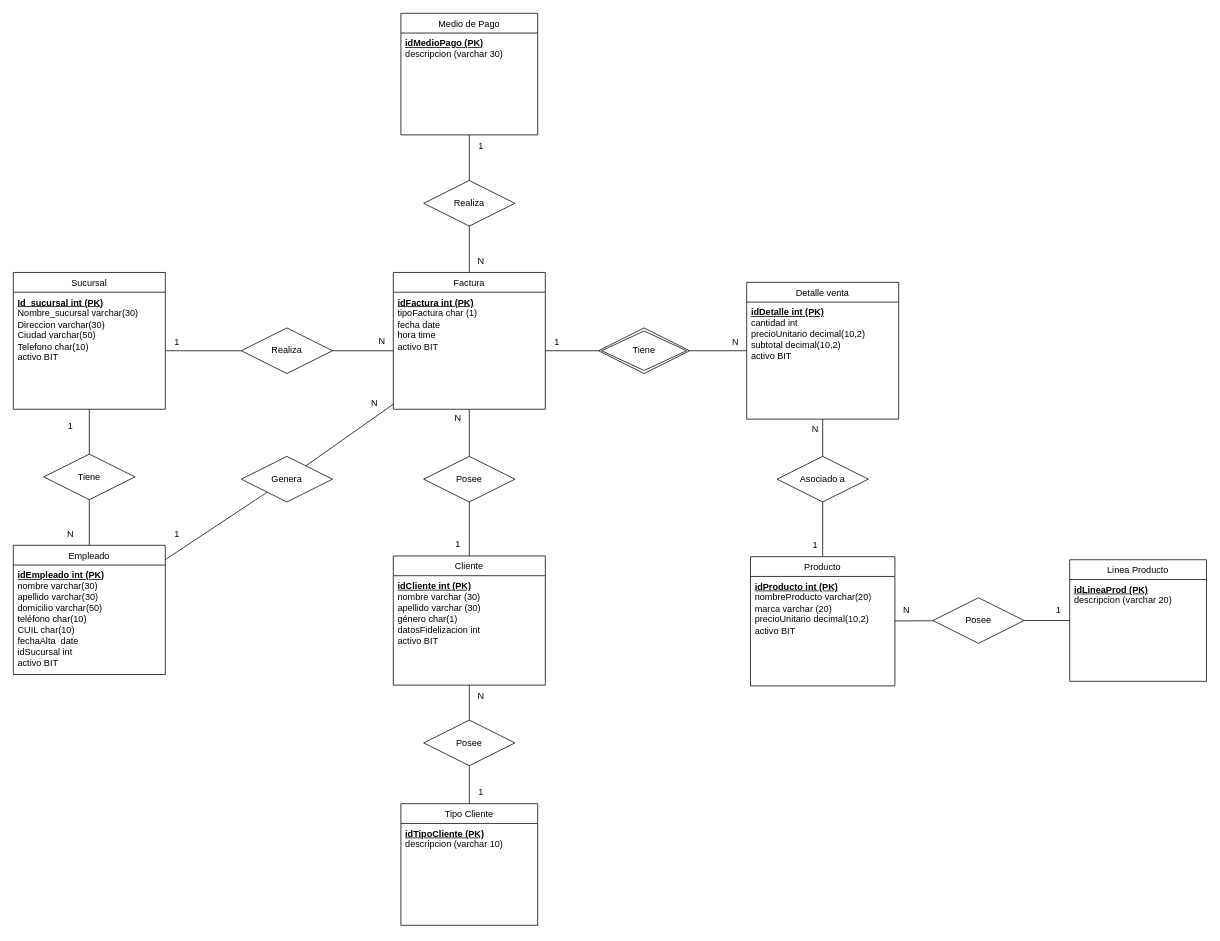
rodriguezgonzalo1204/AuroraSA-DB keeps this draw.io diagram as DER.drawio. Above is the earlier version. Source tidied: cells renumbered, new cells numbered last; positions are measured from the earlier drawing's top-left corner, leaving out a move shared by most shapes. Both pictures are drawn from the tidied source at 76%, with x=0, y=0 at pixel (13, 13).
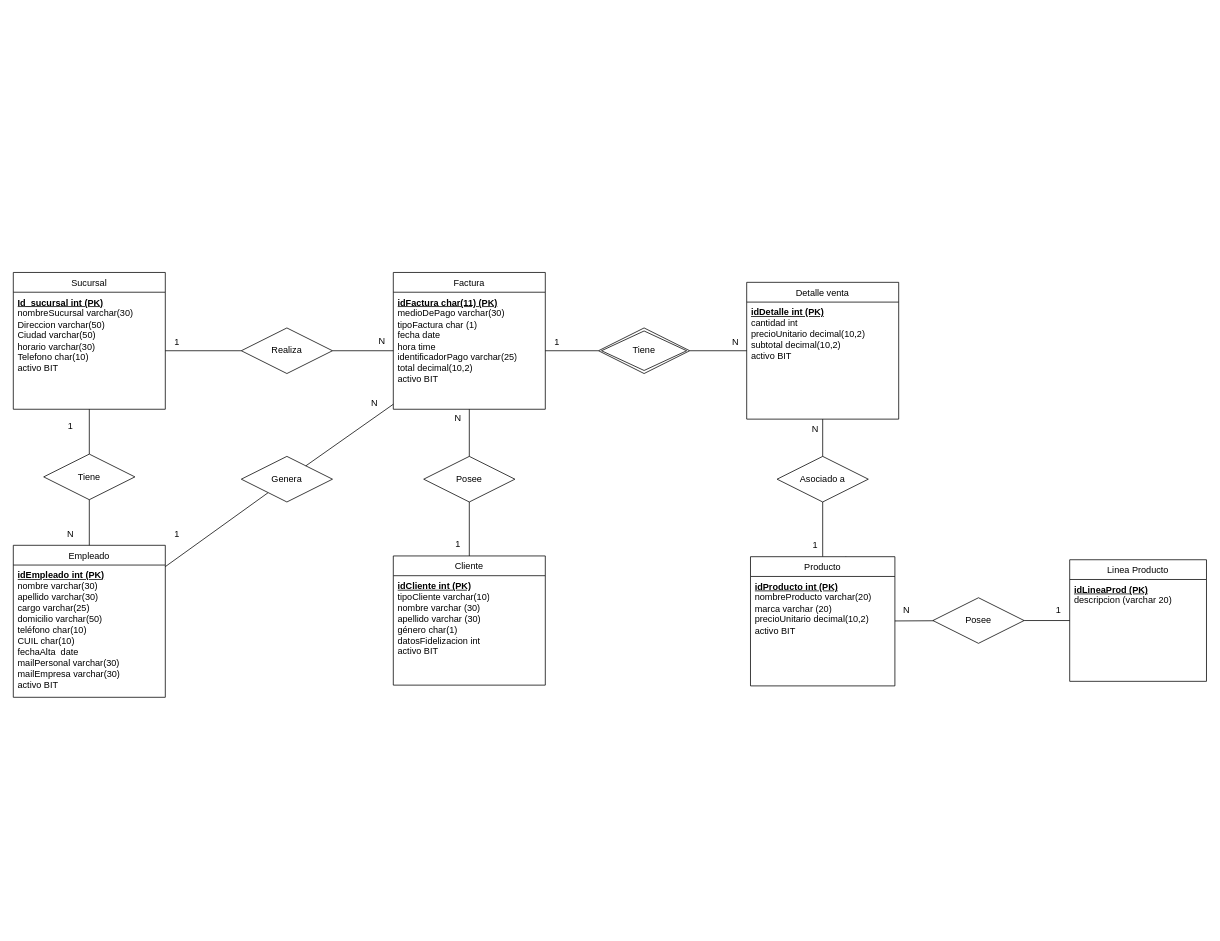
Above is the later version.

Commit message:
DER corregido

The change refers to these unchanged cells:
```xml
<mxCell id="2" value="&lt;span style=&quot;font-weight: 400;&quot;&gt;Sucursal&lt;/span&gt;" style="swimlane;fontStyle=1;align=center;verticalAlign=top;horizontal=1;startSize=26;whiteSpace=wrap;html=1;" parent="1" vertex="1">
  <mxGeometry y="341" width="200" height="180" as="geometry" />
</mxCell>
<mxCell id="4" value="&lt;span style=&quot;font-weight: 400;&quot;&gt;Factura&lt;/span&gt;" style="swimlane;fontStyle=1;align=center;verticalAlign=top;horizontal=1;startSize=26;whiteSpace=wrap;html=1;" parent="1" vertex="1">
  <mxGeometry x="500" y="341" width="200" height="180" as="geometry" />
</mxCell>
<mxCell id="6" value="&lt;span style=&quot;font-weight: 400;&quot;&gt;Detalle venta&lt;/span&gt;" style="swimlane;fontStyle=1;align=center;verticalAlign=top;horizontal=1;startSize=26;whiteSpace=wrap;html=1;" parent="1" vertex="1">
  <mxGeometry x="965" y="354" width="200" height="180" as="geometry" />
</mxCell>
<mxCell id="8" value="&lt;span style=&quot;font-weight: 400;&quot;&gt;Cliente&lt;/span&gt;" style="swimlane;fontStyle=1;align=center;verticalAlign=top;horizontal=1;startSize=26;whiteSpace=wrap;html=1;" parent="1" vertex="1">
  <mxGeometry x="500" y="714" width="200" height="170" as="geometry" />
</mxCell>
```

What changed in the source:
```diff
@@
-    <mxCell id="3" value="&lt;b&gt;&lt;u&gt;Id_sucursal int (PK)&lt;/u&gt;&lt;/b&gt;&lt;div&gt;Nombre_sucursal varchar(30)&lt;/div&gt;&lt;div&gt;Direccion varchar(30&lt;span style=&quot;background-color: transparent; color: light-dark(rgb(0, 0, 0), rgb(255, 255, 255));&quot;&gt;)&lt;/span&gt;&lt;/div&gt;&lt;div&gt;Ciudad varchar(50)&lt;/div&gt;&lt;div&gt;Telefono char(10)&lt;/div&gt;&lt;div&gt;activo BIT&lt;/div&gt;" style="text;strokeColor=none;fillColor=none;align=left;verticalAlign=top;spacingLeft=4;spacingRight=4;overflow=hidden;points=[[0,0.5],[1,0.5]];portConstraint=eastwest;whiteSpace=wrap;html=1;" parent="2" vertex="1">
+    <mxCell id="3" value="&lt;b&gt;&lt;u&gt;Id_sucursal int (PK)&lt;/u&gt;&lt;/b&gt;&lt;div&gt;nombreSucursal varchar(30)&lt;/div&gt;&lt;div&gt;Direccion varchar(50&lt;span style=&quot;background-color: transparent; color: light-dark(rgb(0, 0, 0), rgb(255, 255, 255));&quot;&gt;)&lt;/span&gt;&lt;/div&gt;&lt;div&gt;Ciudad varchar(50)&lt;br&gt;horario varchar(30)&lt;/div&gt;&lt;div&gt;Telefono char(10)&lt;/div&gt;&lt;div&gt;activo BIT&lt;/div&gt;" style="text;strokeColor=none;fillColor=none;align=left;verticalAlign=top;spacingLeft=4;spacingRight=4;overflow=hidden;points=[[0,0.5],[1,0.5]];portConstraint=eastwest;whiteSpace=wrap;html=1;" parent="2" vertex="1">
       <mxGeometry y="26" width="200" height="154" as="geometry" />
     </mxCell>
@@
-    <mxCell id="5" value="&lt;div&gt;&lt;b&gt;&lt;u&gt;idFactura int (PK)&lt;/u&gt;&lt;/b&gt;&lt;/div&gt;&lt;div&gt;tipoFactura char (1)&lt;/div&gt;&lt;div&gt;fecha date&lt;/div&gt;&lt;div&gt;hora time&lt;/div&gt;&lt;div&gt;&lt;span style=&quot;background-color: transparent; color: light-dark(rgb(0, 0, 0), rgb(255, 255, 255));&quot;&gt;activo BIT&lt;/span&gt;&lt;/div&gt;" style="text;strokeColor=none;fillColor=none;align=left;verticalAlign=top;spacingLeft=4;spacingRight=4;overflow=hidden;points=[[0,0.5],[1,0.5]];portConstraint=eastwest;whiteSpace=wrap;html=1;" parent="4" vertex="1">
+    <mxCell id="5" value="&lt;div&gt;&lt;b&gt;&lt;u&gt;idFactura char(11) (PK)&lt;/u&gt;&lt;/b&gt;&lt;/div&gt;&lt;div&gt;medioDePago varchar(30)&lt;br&gt;tipoFactura char (1)&lt;/div&gt;&lt;div&gt;fecha date&lt;/div&gt;&lt;div&gt;hora time&lt;/div&gt;&lt;div&gt;identificadorPago varchar(25)&lt;/div&gt;&lt;div&gt;&lt;span style=&quot;background-color: transparent; color: light-dark(rgb(0, 0, 0), rgb(255, 255, 255));&quot;&gt;total decimal(10,2)&lt;/span&gt;&lt;/div&gt;&lt;div&gt;&lt;span style=&quot;background-color: transparent; color: light-dark(rgb(0, 0, 0), rgb(255, 255, 255));&quot;&gt;activo BIT&lt;/span&gt;&lt;/div&gt;" style="text;strokeColor=none;fillColor=none;align=left;verticalAlign=top;spacingLeft=4;spacingRight=4;overflow=hidden;points=[[0,0.5],[1,0.5]];portConstraint=eastwest;whiteSpace=wrap;html=1;" parent="4" vertex="1">
       <mxGeometry y="26" width="200" height="154" as="geometry" />
     </mxCell>
@@
-    <mxCell id="7" value="&lt;div&gt;&lt;b&gt;&lt;u&gt;idDetalle int (PK)&lt;/u&gt;&lt;/b&gt;&lt;/div&gt;&lt;div&gt;&lt;span style=&quot;background-color: transparent; color: light-dark(rgb(0, 0, 0), rgb(255, 255, 255));&quot;&gt;cantidad int&lt;/span&gt;&lt;/div&gt;&lt;div&gt;precioUnitario decimal(10,2)&amp;nbsp;&lt;/div&gt;&lt;div&gt;subtotal decimal(10,2)&lt;/div&gt;&lt;div&gt;activo BIT&lt;/div&gt;" style="text;strokeColor=none;fillColor=none;align=left;verticalAlign=top;spacingLeft=4;spacingRight=4;overflow=hidden;whiteSpace=wrap;html=1;" parent="6" vertex="1">
+    <mxCell id="7" value="&lt;div&gt;&lt;b&gt;&lt;u&gt;idDetalle int (PK)&lt;/u&gt;&lt;/b&gt;&lt;/div&gt;&lt;div&gt;&lt;span style=&quot;background-color: transparent; color: light-dark(rgb(0, 0, 0), rgb(255, 255, 255));&quot;&gt;cantidad int&lt;/span&gt;&lt;/div&gt;&lt;div&gt;&lt;span style=&quot;background-color: transparent; color: light-dark(rgb(0, 0, 0), rgb(255, 255, 255));&quot;&gt;precioUnitario decimal(10,2)&amp;nbsp;&lt;/span&gt;&lt;/div&gt;&lt;div&gt;&lt;span style=&quot;background-color: transparent; color: light-dark(rgb(0, 0, 0), rgb(255, 255, 255));&quot;&gt;subtotal decimal(10,2)&lt;/span&gt;&lt;/div&gt;&lt;div&gt;&lt;span style=&quot;background-color: transparent; color: light-dark(rgb(0, 0, 0), rgb(255, 255, 255));&quot;&gt;activo BIT&lt;/span&gt;&lt;/div&gt;" style="text;strokeColor=none;fillColor=none;align=left;verticalAlign=top;spacingLeft=4;spacingRight=4;overflow=hidden;whiteSpace=wrap;html=1;" parent="6" vertex="1">
       <mxGeometry y="26" width="200" height="154" as="geometry" />
     </mxCell>
@@
-    <mxCell id="9" value="&lt;div&gt;&lt;u&gt;&lt;b&gt;idCliente int (PK)&lt;/b&gt;&lt;/u&gt;&lt;/div&gt;&lt;div&gt;nombre varchar (30)&lt;/div&gt;&lt;div&gt;apellido varchar (30)&lt;/div&gt;&lt;div&gt;&lt;span style=&quot;background-color: transparent; color: light-dark(rgb(0, 0, 0), rgb(255, 255, 255));&quot;&gt;género char(1)&lt;/span&gt;&lt;/div&gt;&lt;div&gt;datosFidelizacion int&lt;/div&gt;&lt;div&gt;activo BIT&lt;/div&gt;" style="text;strokeColor=none;fillColor=none;align=left;verticalAlign=top;spacingLeft=4;spacingRight=4;overflow=hidden;points=[[0,0.5],[1,0.5]];portConstraint=eastwest;whiteSpace=wrap;html=1;" parent="8" vertex="1">
+    <mxCell id="9" value="&lt;div&gt;&lt;u&gt;&lt;b&gt;idCliente int (PK)&lt;/b&gt;&lt;/u&gt;&lt;/div&gt;&lt;div&gt;tipoCliente varchar(10)&lt;/div&gt;&lt;div&gt;nombre varchar (30)&lt;/div&gt;&lt;div&gt;apellido varchar (30)&lt;/div&gt;&lt;div&gt;&lt;span style=&quot;background-color: transparent; color: light-dark(rgb(0, 0, 0), rgb(255, 255, 255));&quot;&gt;género char(1)&lt;/span&gt;&lt;/div&gt;&lt;div&gt;datosFidelizacion int&lt;/div&gt;&lt;div&gt;activo BIT&lt;/div&gt;" style="text;strokeColor=none;fillColor=none;align=left;verticalAlign=top;spacingLeft=4;spacingRight=4;overflow=hidden;points=[[0,0.5],[1,0.5]];portConstraint=eastwest;whiteSpace=wrap;html=1;" parent="8" vertex="1">
       <mxGeometry y="26" width="200" height="144" as="geometry" />
     </mxCell>
     <mxCell id="10" value="&lt;span style=&quot;font-weight: 400;&quot;&gt;Empleado&lt;/span&gt;" style="swimlane;fontStyle=1;align=center;verticalAlign=top;horizontal=1;startSize=26;whiteSpace=wrap;html=1;" parent="1" vertex="1">
-      <mxGeometry y="700" width="200" height="170" as="geometry" />
+      <mxGeometry y="700" width="200" height="200" as="geometry" />
     </mxCell>
-    <mxCell id="11" value="&lt;div&gt;&lt;u&gt;&lt;b style=&quot;&quot;&gt;idEmpleado int (PK&lt;/b&gt;&lt;b style=&quot;background-color: transparent; color: light-dark(rgb(0, 0, 0), rgb(255, 255, 255));&quot;&gt;)&lt;/b&gt;&lt;/u&gt;&lt;/div&gt;&lt;div&gt;nombre varchar(30)&lt;/div&gt;&lt;div&gt;apellido varchar(30)&lt;/div&gt;&lt;div&gt;domicilio varchar(50)&lt;/div&gt;&lt;div&gt;teléfono char(10)&lt;/div&gt;&lt;div&gt;CUIL char(10)&lt;/div&gt;&lt;div&gt;fechaAlta&amp;nbsp; date&lt;/div&gt;&lt;div&gt;idSucursal int&lt;/div&gt;&lt;div&gt;activo BIT&lt;/div&gt;" style="text;strokeColor=none;fillColor=none;align=left;verticalAlign=top;spacingLeft=4;spacingRight=4;overflow=hidden;whiteSpace=wrap;html=1;" parent="10" vertex="1">
-      <mxGeometry y="26" width="200" height="144" as="geometry" />
+    <mxCell id="11" value="&lt;div&gt;&lt;u&gt;&lt;b style=&quot;&quot;&gt;idEmpleado int (PK&lt;/b&gt;&lt;b style=&quot;background-color: transparent; color: light-dark(rgb(0, 0, 0), rgb(255, 255, 255));&quot;&gt;)&lt;/b&gt;&lt;/u&gt;&lt;/div&gt;&lt;div&gt;nombre varchar(30)&lt;/div&gt;&lt;div&gt;apellido varchar(30)&lt;br&gt;cargo varchar(25)&lt;/div&gt;&lt;div&gt;domicilio varchar(50)&lt;/div&gt;&lt;div&gt;teléfono char(10)&lt;/div&gt;&lt;div&gt;CUIL char(10)&lt;/div&gt;&lt;div&gt;fechaAlta&amp;nbsp; date&lt;br&gt;&lt;/div&gt;&lt;div&gt;mailPersonal varchar(30)&lt;/div&gt;&lt;div&gt;mailEmpresa varchar(30)&lt;/div&gt;&lt;div&gt;&lt;span style=&quot;background-color: transparent; color: light-dark(rgb(0, 0, 0), rgb(255, 255, 255));&quot;&gt;activo BIT&lt;/span&gt;&lt;/div&gt;" style="text;strokeColor=none;fillColor=none;align=left;verticalAlign=top;spacingLeft=4;spacingRight=4;overflow=hidden;whiteSpace=wrap;html=1;" parent="10" vertex="1">
+      <mxGeometry y="26" width="200" height="174" as="geometry" />
     </mxCell>
@@
-    <mxCell id="43" value="&lt;span style=&quot;font-weight: 400;&quot;&gt;Tipo Cliente&lt;/span&gt;" style="swimlane;fontStyle=1;align=center;verticalAlign=top;horizontal=1;startSize=26;whiteSpace=wrap;html=1;" parent="1" vertex="1">
-      <mxGeometry x="510" y="1040" width="180" height="160" as="geometry" />
-    </mxCell>
-    <mxCell id="44" value="&lt;div&gt;&lt;b&gt;&lt;u&gt;idTipoCliente (PK)&lt;/u&gt;&lt;/b&gt;&lt;/div&gt;&lt;div&gt;&lt;span style=&quot;background-color: transparent; color: light-dark(rgb(0, 0, 0), rgb(255, 255, 255));&quot;&gt;descripcion (varchar 10)&amp;nbsp;&lt;br&gt;&lt;/span&gt;&lt;/div&gt;" style="text;strokeColor=none;fillColor=none;align=left;verticalAlign=top;spacingLeft=4;spacingRight=4;overflow=hidden;whiteSpace=wrap;html=1;" parent="43" vertex="1">
-      <mxGeometry y="26" width="180" height="134" as="geometry" />
-    </mxCell>
-    <mxCell id="45" value="&lt;span style=&quot;font-weight: 400;&quot;&gt;Medio de Pago&lt;/span&gt;" style="swimlane;fontStyle=1;align=center;verticalAlign=top;horizontal=1;startSize=26;whiteSpace=wrap;html=1;" parent="1" vertex="1">
-      <mxGeometry x="510" width="180" height="160" as="geometry" />
-    </mxCell>
-    <mxCell id="46" value="&lt;div&gt;&lt;b&gt;&lt;u&gt;idMedioPago (PK)&lt;/u&gt;&lt;/b&gt;&lt;/div&gt;&lt;div&gt;&lt;span style=&quot;background-color: transparent; color: light-dark(rgb(0, 0, 0), rgb(255, 255, 255));&quot;&gt;descripcion (varchar 30)&amp;nbsp;&lt;br&gt;&lt;/span&gt;&lt;/div&gt;" style="text;strokeColor=none;fillColor=none;align=left;verticalAlign=top;spacingLeft=4;spacingRight=4;overflow=hidden;points=[[0,0.5],[1,0.5]];portConstraint=eastwest;whiteSpace=wrap;html=1;" parent="45" vertex="1">
-      <mxGeometry y="26" width="180" height="134" as="geometry" />
-    </mxCell>
@@
-    <mxCell id="49" style="endArrow=none;html=1;rounded=0;" parent="1" edge="1" source="63" target="4">
-      <mxGeometry relative="1" as="geometry" />
-    </mxCell>
-    <mxCell id="50" value="&lt;span style=&quot;text-wrap-mode: nowrap;&quot;&gt;Posee&lt;/span&gt;" style="shape=rhombus;perimeter=rhombusPerimeter;whiteSpace=wrap;html=1;align=center;" parent="1" vertex="1">
-      <mxGeometry x="540" y="930" width="120" height="60" as="geometry" />
-    </mxCell>
-    <mxCell id="51" style="endArrow=none;html=1;rounded=0;" parent="1" edge="1" source="50" target="9">
-      <mxGeometry relative="1" as="geometry" />
-    </mxCell>
-    <mxCell id="52" style="endArrow=none;html=1;rounded=0;" parent="1" edge="1" source="43" target="50">
-      <mxGeometry relative="1" as="geometry" />
-    </mxCell>
@@
-    <mxCell id="54" value="N" style="text;html=1;align=center;verticalAlign=middle;strokeColor=none;fillColor=none;" parent="1" vertex="1">
-      <mxGeometry x="600" y="884" width="30" height="30" as="geometry" />
-    </mxCell>
-    <mxCell id="55" value="1" style="text;html=1;align=center;verticalAlign=middle;strokeColor=none;fillColor=none;" parent="1" vertex="1">
-      <mxGeometry x="600" y="1010" width="30" height="30" as="geometry" />
-    </mxCell>
@@
-    <mxCell id="63" value="&lt;span style=&quot;text-wrap-mode: nowrap;&quot;&gt;Realiza&lt;/span&gt;" style="shape=rhombus;perimeter=rhombusPerimeter;whiteSpace=wrap;html=1;align=center;" parent="1" vertex="1">
-      <mxGeometry x="540" y="220" width="120" height="60" as="geometry" />
-    </mxCell>
-    <mxCell id="64" style="endArrow=none;html=1;rounded=0;" parent="1" edge="1" source="46" target="63">
-      <mxGeometry relative="1" as="geometry" />
-    </mxCell>
-    <mxCell id="65" value="N" style="text;html=1;align=center;verticalAlign=middle;strokeColor=none;fillColor=none;" parent="1" vertex="1">
-      <mxGeometry x="600" y="311" width="30" height="30" as="geometry" />
-    </mxCell>
-    <mxCell id="66" value="1" style="text;html=1;align=center;verticalAlign=middle;strokeColor=none;fillColor=none;" parent="1" vertex="1">
-      <mxGeometry x="600" y="160" width="30" height="30" as="geometry" />
-    </mxCell>
```
